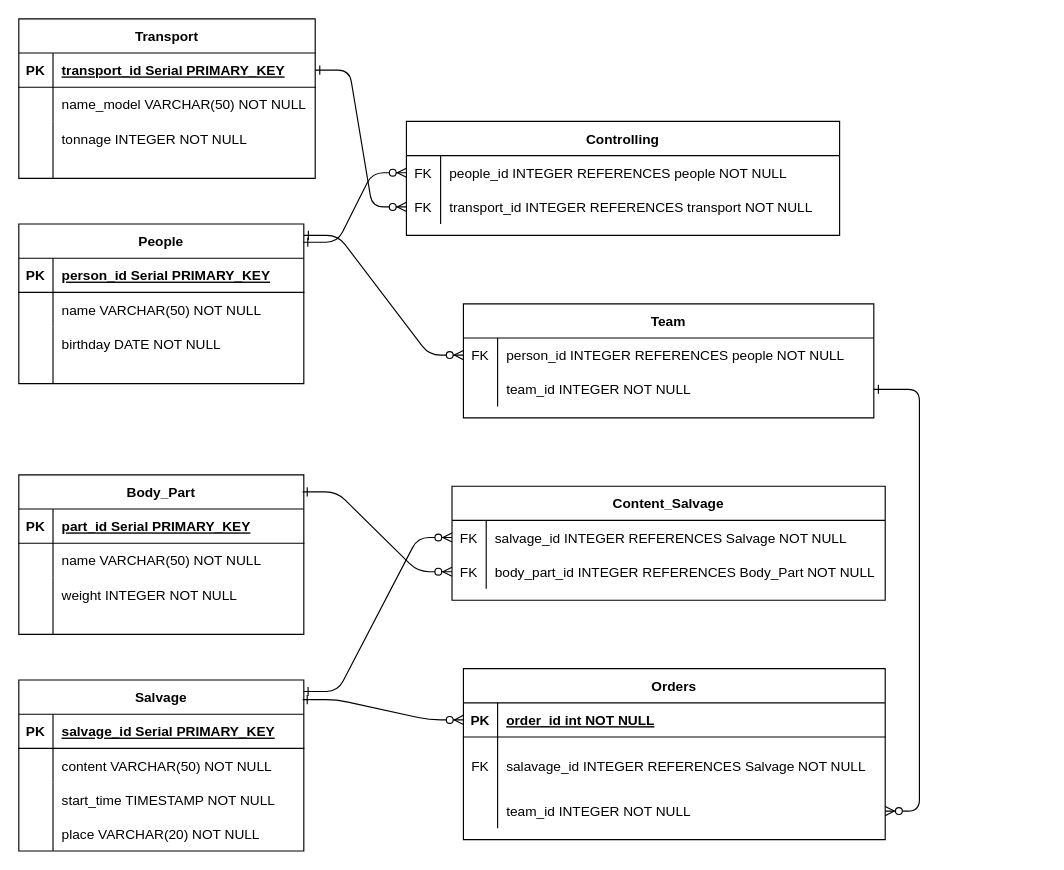
Earlier version of the draw.io diagram P33201/s291193/Lab2/Untitled Diagram.drawio (sporrrtik/DataBases_22-23). Source tidied: cells renumbered, new cells numbered last; positions are measured from the earlier drawing's top-left corner, leaving out a move shared by most shapes. Both pictures are drawn from the tidied source at 114%, with x=0, y=0 at pixel (18, 18).
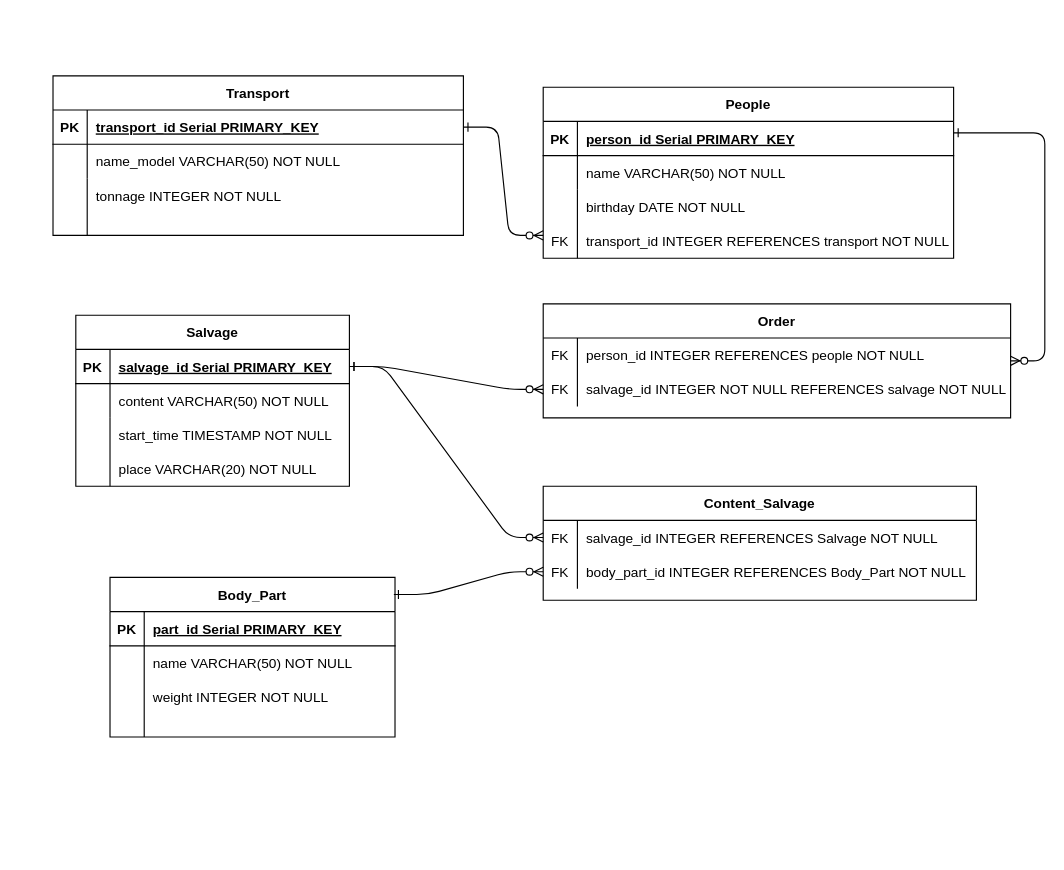
The same page after the edit.

Unchanged cells that the change refers to:
```xml
<mxCell id="69" style="shape=partialRectangle;fillColor=none;points=[[0,0.5],[1,0.5]];portConstraint=eastwest;top=0;left=0;right=0;bottom=0;" parent="68" vertex="1">
  <mxGeometry y="30" width="380" height="30" as="geometry" />
</mxCell>
```

Diff of the diagram source:
```diff
@@
-    <mxCell id="2" value="Orders" style="shape=table;startSize=30;childLayout=tableLayout;rowLines=0;fontStyle=1;align=center;" parent="1" vertex="1">
-      <mxGeometry x="390" y="570" width="370" height="150" as="geometry" />
-    </mxCell>
-    <mxCell id="3" style="shape=partialRectangle;fillColor=none;points=[[0,0.5],[1,0.5]];portConstraint=eastwest;top=0;left=0;right=0;bottom=1;" parent="2" vertex="1">
-      <mxGeometry y="30" width="370" height="30" as="geometry" />
-    </mxCell>
-    <mxCell id="4" value="PK" style="shape=partialRectangle;overflow=hidden;fillColor=none;top=0;left=0;bottom=0;right=0;fontStyle=1;" parent="3" vertex="1">
-      <mxGeometry width="30" height="30" as="geometry" />
-    </mxCell>
-    <mxCell id="5" value="order_id int NOT NULL " style="shape=partialRectangle;overflow=hidden;fillColor=none;top=0;left=0;bottom=0;right=0;align=left;spacingLeft=6;fontStyle=5;" parent="3" vertex="1">
-      <mxGeometry x="30" width="340" height="30" as="geometry" />
-    </mxCell>
-    <mxCell id="6" style="shape=partialRectangle;fillColor=none;top=0;left=0;right=0;bottom=0;" parent="2" vertex="1">
-      <mxGeometry y="60" width="370" height="50" as="geometry" />
-    </mxCell>
-    <mxCell id="7" value="FK" style="shape=partialRectangle;overflow=hidden;fillColor=none;top=0;left=0;bottom=0;right=0;" parent="6" vertex="1">
-      <mxGeometry width="30" height="50" as="geometry" />
-    </mxCell>
-    <mxCell id="8" value="salavage_id INTEGER REFERENCES Salvage NOT NULL" style="shape=partialRectangle;overflow=hidden;fillColor=none;top=0;left=0;bottom=0;right=0;align=left;spacingLeft=6;" parent="6" vertex="1">
-      <mxGeometry x="30" width="340" height="50" as="geometry" />
-    </mxCell>
-    <mxCell id="9" style="shape=partialRectangle;fillColor=none;points=[[0,0.5],[1,0.5]];portConstraint=eastwest;top=0;left=0;right=0;bottom=0;" parent="2" vertex="1">
-      <mxGeometry y="110" width="370" height="30" as="geometry" />
-    </mxCell>
-    <mxCell id="10" style="shape=partialRectangle;overflow=hidden;fillColor=none;top=0;left=0;bottom=0;right=0;" parent="9" vertex="1">
-      <mxGeometry width="30" height="30" as="geometry" />
-    </mxCell>
-    <mxCell id="11" value="team_id INTEGER NOT NULL" style="shape=partialRectangle;overflow=hidden;fillColor=none;top=0;left=0;bottom=0;right=0;align=left;spacingLeft=6;" parent="9" vertex="1">
-      <mxGeometry x="30" width="340" height="30" as="geometry" />
-    </mxCell>
     <mxCell id="12" value="People" style="shape=table;startSize=30;childLayout=tableLayout;rowLines=0;fontStyle=1;align=center;" parent="1" vertex="1">
-      <mxGeometry y="180" width="250" height="140" as="geometry" />
+      <mxGeometry x="460" y="60" width="360" height="150" as="geometry" />
     </mxCell>
     <mxCell id="13" style="shape=partialRectangle;fillColor=none;top=0;left=0;right=0;bottom=1;" parent="12" vertex="1">
-      <mxGeometry y="30" width="250" height="30" as="geometry" />
+      <mxGeometry y="30" width="360" height="30" as="geometry" />
     </mxCell>
@@
     <mxCell id="15" value="person_id Serial PRIMARY_KEY" style="shape=partialRectangle;overflow=hidden;fillColor=none;top=0;left=0;bottom=0;right=0;align=left;spacingLeft=6;fontStyle=5;" parent="13" vertex="1">
-      <mxGeometry x="30" width="220" height="30" as="geometry" />
+      <mxGeometry x="30" width="330" height="30" as="geometry" />
     </mxCell>
     <mxCell id="16" style="shape=partialRectangle;fillColor=none;top=0;left=0;right=0;bottom=0;" parent="12" vertex="1">
-      <mxGeometry y="60" width="250" height="30" as="geometry" />
+      <mxGeometry y="60" width="360" height="30" as="geometry" />
     </mxCell>
@@
     <mxCell id="18" value="name VARCHAR(50) NOT NULL" style="shape=partialRectangle;overflow=hidden;fillColor=none;top=0;left=0;bottom=0;right=0;align=left;spacingLeft=6;" parent="16" vertex="1">
-      <mxGeometry x="30" width="220" height="30" as="geometry" />
+      <mxGeometry x="30" width="330" height="30" as="geometry" />
     </mxCell>
     <mxCell id="19" value="birthday DATE NOT NULL" style="shape=partialRectangle;overflow=hidden;fillColor=none;top=0;left=0;bottom=0;right=0;align=left;spacingLeft=6;" parent="1" vertex="1">
-      <mxGeometry x="30" y="270" width="220" height="30" as="geometry" />
+      <mxGeometry x="490" y="150" width="220" height="30" as="geometry" />
     </mxCell>
     <mxCell id="20" style="endArrow=none;html=1;rounded=0;" parent="1" edge="1">
       <mxGeometry relative="1" as="geometry">
-        <mxPoint x="30" y="270" as="sourcePoint" />
-        <mxPoint x="30" y="320" as="targetPoint" />
+        <mxPoint x="490" y="150" as="sourcePoint" />
+        <mxPoint x="490" y="210" as="targetPoint" />
       </mxGeometry>
     </mxCell>
     <mxCell id="21" value="Body_Part" style="shape=table;startSize=30;childLayout=tableLayout;rowLines=0;fontStyle=1;align=center;" parent="1" vertex="1">
-      <mxGeometry y="400" width="250" height="140" as="geometry" />
+      <mxGeometry x="80" y="490" width="250" height="140" as="geometry" />
     </mxCell>
@@
     <mxCell id="28" value="weight INTEGER NOT NULL" style="shape=partialRectangle;overflow=hidden;fillColor=none;top=0;left=0;bottom=0;right=0;align=left;spacingLeft=6;" parent="1" vertex="1">
-      <mxGeometry x="30" y="490" width="220" height="30" as="geometry" />
+      <mxGeometry x="110" y="580" width="220" height="30" as="geometry" />
     </mxCell>
     <mxCell id="29" style="endArrow=none;html=1;rounded=0;" parent="1" edge="1">
       <mxGeometry relative="1" as="geometry">
-        <mxPoint x="30" y="490" as="sourcePoint" />
-        <mxPoint x="30" y="540" as="targetPoint" />
+        <mxPoint x="110" y="580" as="sourcePoint" />
+        <mxPoint x="110" y="630" as="targetPoint" />
       </mxGeometry>
     </mxCell>
     <mxCell id="30" value="Salvage" style="shape=table;startSize=30;childLayout=tableLayout;rowLines=0;fontStyle=1;align=center;" parent="1" vertex="1">
-      <mxGeometry y="580" width="250" height="150" as="geometry" />
+      <mxGeometry x="50" y="260" width="240" height="150" as="geometry" />
     </mxCell>
     <mxCell id="31" style="shape=partialRectangle;fillColor=none;points=[[0,0.5],[1,0.5]];portConstraint=eastwest;top=0;left=0;right=0;bottom=1;" parent="30" vertex="1">
-      <mxGeometry y="30" width="250" height="30" as="geometry" />
+      <mxGeometry y="30" width="240" height="30" as="geometry" />
     </mxCell>
@@
     <mxCell id="33" value="salvage_id Serial PRIMARY_KEY" style="shape=partialRectangle;overflow=hidden;fillColor=none;top=0;left=0;bottom=0;right=0;align=left;spacingLeft=6;fontStyle=5;" parent="31" vertex="1">
-      <mxGeometry x="30" width="220" height="30" as="geometry" />
+      <mxGeometry x="30" width="210" height="30" as="geometry" />
     </mxCell>
     <mxCell id="34" style="shape=partialRectangle;fillColor=none;top=0;left=0;right=0;bottom=0;" parent="30" vertex="1">
-      <mxGeometry y="60" width="250" height="30" as="geometry" />
+      <mxGeometry y="60" width="240" height="30" as="geometry" />
     </mxCell>
@@
     <mxCell id="36" value="content VARCHAR(50) NOT NULL" style="shape=partialRectangle;overflow=hidden;fillColor=none;top=0;left=0;bottom=0;right=0;align=left;spacingLeft=6;" parent="34" vertex="1">
-      <mxGeometry x="30" width="220" height="30" as="geometry" />
+      <mxGeometry x="30" width="210" height="30" as="geometry" />
     </mxCell>
     <mxCell id="37" value="start_time TIMESTAMP NOT NULL" style="shape=partialRectangle;overflow=hidden;fillColor=none;top=0;left=0;bottom=0;right=0;align=left;spacingLeft=6;" parent="1" vertex="1">
-      <mxGeometry x="30" y="670" width="220" height="30" as="geometry" />
+      <mxGeometry x="80" y="350" width="220" height="30" as="geometry" />
     </mxCell>
     <mxCell id="38" style="endArrow=none;html=1;rounded=0;" parent="1" edge="1">
       <mxGeometry relative="1" as="geometry">
-        <mxPoint x="30" y="670" as="sourcePoint" />
-        <mxPoint x="30" y="730" as="targetPoint" />
+        <mxPoint x="80" y="350" as="sourcePoint" />
+        <mxPoint x="80" y="410" as="targetPoint" />
+        <Array as="points">
+          <mxPoint x="80" y="400" />
+        </Array>
       </mxGeometry>
     </mxCell>
     <mxCell id="39" value="place VARCHAR(20) NOT NULL" style="shape=partialRectangle;overflow=hidden;fillColor=none;top=0;left=0;bottom=0;right=0;align=left;spacingLeft=6;" parent="1" vertex="1">
-      <mxGeometry x="30" y="700" width="220" height="30" as="geometry" />
+      <mxGeometry x="80" y="380" width="220" height="30" as="geometry" />
     </mxCell>
     <mxCell id="40" value="Transport" style="shape=table;startSize=30;childLayout=tableLayout;rowLines=0;fontStyle=1;align=center;" parent="1" vertex="1">
-      <mxGeometry width="260" height="140" as="geometry" />
+      <mxGeometry x="30" y="50" width="360" height="140" as="geometry" />
     </mxCell>
     <mxCell id="41" style="shape=partialRectangle;fillColor=none;points=[[0,0.5],[1,0.5]];portConstraint=eastwest;top=0;left=0;right=0;bottom=1;" parent="40" vertex="1">
-      <mxGeometry y="30" width="260" height="30" as="geometry" />
+      <mxGeometry y="30" width="360" height="30" as="geometry" />
     </mxCell>
@@
     <mxCell id="43" value="transport_id Serial PRIMARY_KEY" style="shape=partialRectangle;overflow=hidden;fillColor=none;top=0;left=0;bottom=0;right=0;align=left;spacingLeft=6;fontStyle=5;" parent="41" vertex="1">
-      <mxGeometry x="30" width="230" height="30" as="geometry" />
+      <mxGeometry x="30" width="330" height="30" as="geometry" />
     </mxCell>
     <mxCell id="44" style="shape=partialRectangle;fillColor=none;top=0;left=0;right=0;bottom=0;" parent="40" vertex="1">
-      <mxGeometry y="60" width="260" height="30" as="geometry" />
+      <mxGeometry y="60" width="360" height="30" as="geometry" />
     </mxCell>
@@
     <mxCell id="46" value="name_model VARCHAR(50) NOT NULL" style="shape=partialRectangle;overflow=hidden;fillColor=none;top=0;left=0;bottom=0;right=0;align=left;spacingLeft=6;" parent="44" vertex="1">
-      <mxGeometry x="30" width="230" height="30" as="geometry" />
+      <mxGeometry x="30" width="330" height="30" as="geometry" />
     </mxCell>
     <mxCell id="47" value="tonnage INTEGER NOT NULL" style="shape=partialRectangle;overflow=hidden;fillColor=none;top=0;left=0;bottom=0;right=0;align=left;spacingLeft=6;" parent="1" vertex="1">
-      <mxGeometry x="30" y="90" width="220" height="30" as="geometry" />
+      <mxGeometry x="60" y="140" width="210" height="30" as="geometry" />
     </mxCell>
     <mxCell id="48" style="endArrow=none;html=1;rounded=0;" parent="1" edge="1">
       <mxGeometry relative="1" as="geometry">
-        <mxPoint x="30" y="90" as="sourcePoint" />
-        <mxPoint x="30" y="140" as="targetPoint" />
+        <mxPoint x="60" y="140" as="sourcePoint" />
+        <mxPoint x="60" y="190" as="targetPoint" />
       </mxGeometry>
     </mxCell>
-    <mxCell id="49" value="Controlling" style="shape=table;startSize=30;childLayout=tableLayout;rowLines=0;fontStyle=1;align=center;" parent="1" vertex="1">
-      <mxGeometry x="340" y="90" width="380" height="100" as="geometry" />
-    </mxCell>
-    <mxCell id="50" style="shape=partialRectangle;fillColor=none;points=[[0,0.5],[1,0.5]];portConstraint=eastwest;top=0;left=0;right=0;bottom=0;" parent="49" vertex="1">
-      <mxGeometry y="30" width="380" height="30" as="geometry" />
-    </mxCell>
-    <mxCell id="51" value="FK" style="shape=partialRectangle;overflow=hidden;fillColor=none;top=0;left=0;bottom=0;right=0;" parent="50" vertex="1">
-      <mxGeometry width="30" height="30" as="geometry" />
-    </mxCell>
-    <mxCell id="52" value="people_id INTEGER REFERENCES people NOT NULL" style="shape=partialRectangle;overflow=hidden;fillColor=none;top=0;left=0;bottom=0;right=0;align=left;spacingLeft=6;" parent="50" vertex="1">
-      <mxGeometry x="30" width="350" height="30" as="geometry" />
-    </mxCell>
-    <mxCell id="53" style="shape=partialRectangle;fillColor=none;points=[[0,0.5],[1,0.5]];portConstraint=eastwest;top=0;left=0;right=0;bottom=0;" parent="49" vertex="1">
-      <mxGeometry y="60" width="380" height="30" as="geometry" />
-    </mxCell>
-    <mxCell id="54" value="FK" style="shape=partialRectangle;overflow=hidden;fillColor=none;top=0;left=0;bottom=0;right=0;" parent="53" vertex="1">
-      <mxGeometry width="30" height="30" as="geometry" />
-    </mxCell>
-    <mxCell id="55" value="transport_id INTEGER REFERENCES transport NOT NULL" style="shape=partialRectangle;overflow=hidden;fillColor=none;top=0;left=0;bottom=0;right=0;align=left;spacingLeft=6;" parent="53" vertex="1">
-      <mxGeometry x="30" width="350" height="30" as="geometry" />
-    </mxCell>
-    <mxCell id="56" style="edgeStyle=entityRelationEdgeStyle;endArrow=ERzeroToMany;startArrow=ERone;endFill=1;startFill=0;exitX=1;exitY=0.5;exitDx=0;exitDy=0;entryX=0;entryY=0.5;entryDx=0;entryDy=0;" parent="1" edge="1" source="41" target="53">
-      <mxGeometry relative="1" as="geometry" />
-    </mxCell>
-    <mxCell id="57" style="edgeStyle=entityRelationEdgeStyle;endArrow=ERzeroToMany;startArrow=ERone;endFill=1;startFill=0;exitX=0.998;exitY=0.114;exitDx=0;exitDy=0;exitPerimeter=0;entryX=0;entryY=0.5;entryDx=0;entryDy=0;" parent="1" edge="1" source="12" target="50">
-      <mxGeometry relative="1" as="geometry" />
-    </mxCell>
-    <mxCell id="58" value="Team" style="shape=table;startSize=30;childLayout=tableLayout;rowLines=0;fontStyle=1;align=center;" parent="1" vertex="1">
-      <mxGeometry x="390" y="250" width="360" height="100" as="geometry" />
+    <mxCell id="58" value="Order" style="shape=table;startSize=30;childLayout=tableLayout;rowLines=0;fontStyle=1;align=center;" parent="1" vertex="1">
+      <mxGeometry x="460" y="250" width="410" height="100" as="geometry" />
     </mxCell>
     <mxCell id="59" style="shape=partialRectangle;fillColor=none;points=[[0,0.5],[1,0.5]];portConstraint=eastwest;top=0;left=0;right=0;bottom=0;" parent="58" vertex="1">
-      <mxGeometry y="30" width="360" height="30" as="geometry" />
+      <mxGeometry y="30" width="410" height="30" as="geometry" />
     </mxCell>
@@
     <mxCell id="61" value="person_id INTEGER REFERENCES people NOT NULL" style="shape=partialRectangle;overflow=hidden;fillColor=none;top=0;left=0;bottom=0;right=0;align=left;spacingLeft=6;" parent="59" vertex="1">
-      <mxGeometry x="30" width="330" height="30" as="geometry" />
+      <mxGeometry x="30" width="380" height="30" as="geometry" />
     </mxCell>
     <mxCell id="62" style="shape=partialRectangle;fillColor=none;points=[[0,0.5],[1,0.5]];portConstraint=eastwest;top=0;left=0;right=0;bottom=0;" parent="58" vertex="1">
-      <mxGeometry y="60" width="360" height="30" as="geometry" />
+      <mxGeometry y="60" width="410" height="30" as="geometry" />
     </mxCell>
@@
-    <mxCell id="64" value="team_id INTEGER NOT NULL" style="shape=partialRectangle;overflow=hidden;fillColor=none;top=0;left=0;bottom=0;right=0;align=left;spacingLeft=6;" parent="62" vertex="1">
-      <mxGeometry x="30" width="330" height="30" as="geometry" />
+    <mxCell id="64" value="salvage_id INTEGER NOT NULL REFERENCES salvage NOT NULL" style="shape=partialRectangle;overflow=hidden;fillColor=none;top=0;left=0;bottom=0;right=0;align=left;spacingLeft=6;" parent="62" vertex="1">
+      <mxGeometry x="30" width="380" height="30" as="geometry" />
     </mxCell>
-    <mxCell id="65" style="edgeStyle=entityRelationEdgeStyle;endArrow=ERzeroToMany;startArrow=ERone;endFill=1;startFill=0;exitX=1;exitY=0.071;exitDx=0;exitDy=0;exitPerimeter=0;entryX=0;entryY=0.5;entryDx=0;entryDy=0;" parent="1" edge="1" source="12" target="59">
-      <mxGeometry relative="1" as="geometry" />
-    </mxCell>
-    <mxCell id="66" style="edgeStyle=entityRelationEdgeStyle;endArrow=ERzeroToMany;startArrow=ERone;endFill=1;startFill=0;exitX=0.996;exitY=0.115;exitDx=0;exitDy=0;exitPerimeter=0;entryX=0;entryY=0.5;entryDx=0;entryDy=0;" parent="1" edge="1" source="30" target="3">
-      <mxGeometry relative="1" as="geometry" />
-    </mxCell>
-    <mxCell id="67" style="edgeStyle=entityRelationEdgeStyle;endArrow=ERzeroToMany;startArrow=ERone;endFill=1;startFill=0;exitX=1;exitY=0.5;exitDx=0;exitDy=0;" parent="1" edge="1" source="62" target="9">
-      <mxGeometry relative="1" as="geometry" />
-    </mxCell>
     <mxCell id="68" value="Content_Salvage" style="shape=table;startSize=30;childLayout=tableLayout;rowLines=0;fontStyle=1;align=center;" parent="1" vertex="1">
-      <mxGeometry x="380" y="410" width="380" height="100" as="geometry" />
+      <mxGeometry x="460" y="410" width="380" height="100" as="geometry" />
     </mxCell>
@@
-    <mxCell id="76" style="edgeStyle=entityRelationEdgeStyle;endArrow=ERzeroToMany;startArrow=ERone;endFill=1;startFill=0;exitX=0.999;exitY=0.067;exitDx=0;exitDy=0;exitPerimeter=0;entryX=0;entryY=0.5;entryDx=0;entryDy=0;" parent="1" edge="1" source="30" target="69">
-      <mxGeometry relative="1" as="geometry" />
-    </mxCell>
+    <mxCell id="55" value="transport_id INTEGER REFERENCES transport NOT NULL" style="shape=partialRectangle;overflow=hidden;fillColor=none;top=0;left=0;bottom=0;right=0;align=left;spacingLeft=6;" parent="1" vertex="1">
+      <mxGeometry x="490" y="180" width="330" height="30" as="geometry" />
+    </mxCell>
+    <mxCell id="77" value="FK" style="shape=partialRectangle;overflow=hidden;fillColor=none;top=0;left=0;bottom=0;right=0;" parent="1" vertex="1">
+      <mxGeometry x="460" y="180" width="30" height="30" as="geometry" />
+    </mxCell>
+    <mxCell id="78" style="edgeStyle=entityRelationEdgeStyle;endArrow=ERzeroToMany;startArrow=ERone;endFill=1;startFill=0;exitX=1;exitY=0.5;exitDx=0;exitDy=0;" parent="1" edge="1" source="41">
+      <mxGeometry relative="1" as="geometry">
+        <mxPoint x="460" y="190" as="targetPoint" />
+      </mxGeometry>
+    </mxCell>
+    <mxCell id="79" style="edgeStyle=entityRelationEdgeStyle;endArrow=ERzeroToMany;startArrow=ERone;endFill=1;startFill=0;" parent="1" edge="1" target="58">
+      <mxGeometry relative="1" as="geometry">
+        <mxPoint x="820" y="100" as="sourcePoint" />
+      </mxGeometry>
+    </mxCell>
+    <mxCell id="80" value="FK" style="shape=partialRectangle;overflow=hidden;fillColor=none;top=0;left=0;bottom=0;right=0;" parent="1" vertex="1">
+      <mxGeometry x="460" y="310" width="30" height="30" as="geometry" />
+    </mxCell>
+    <mxCell id="81" style="edgeStyle=entityRelationEdgeStyle;endArrow=ERzeroToMany;startArrow=ERone;endFill=1;startFill=0;exitX=1;exitY=0.5;exitDx=0;exitDy=0;" parent="1" edge="1" source="31" target="62">
+      <mxGeometry relative="1" as="geometry" />
+    </mxCell>
+    <mxCell id="82" style="edgeStyle=entityRelationEdgeStyle;endArrow=ERzeroToMany;startArrow=ERone;endFill=1;startFill=0;exitX=1;exitY=0.5;exitDx=0;exitDy=0;" parent="1" edge="1" source="31" target="69">
+      <mxGeometry relative="1" as="geometry" />
+    </mxCell>
```
